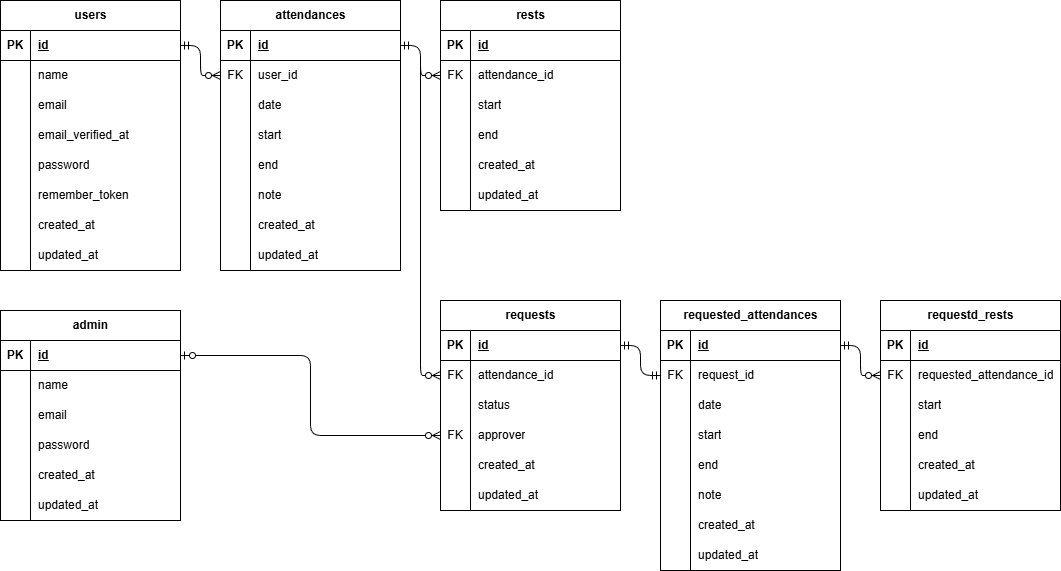
Earlier version of the draw.io export ER.drawio.png (kasahara-dev/kasahara-mogi2). Source tidied: cells renumbered, new cells last; positions are measured from the earlier drawing's top-left corner, leaving out a move shared by most shapes.
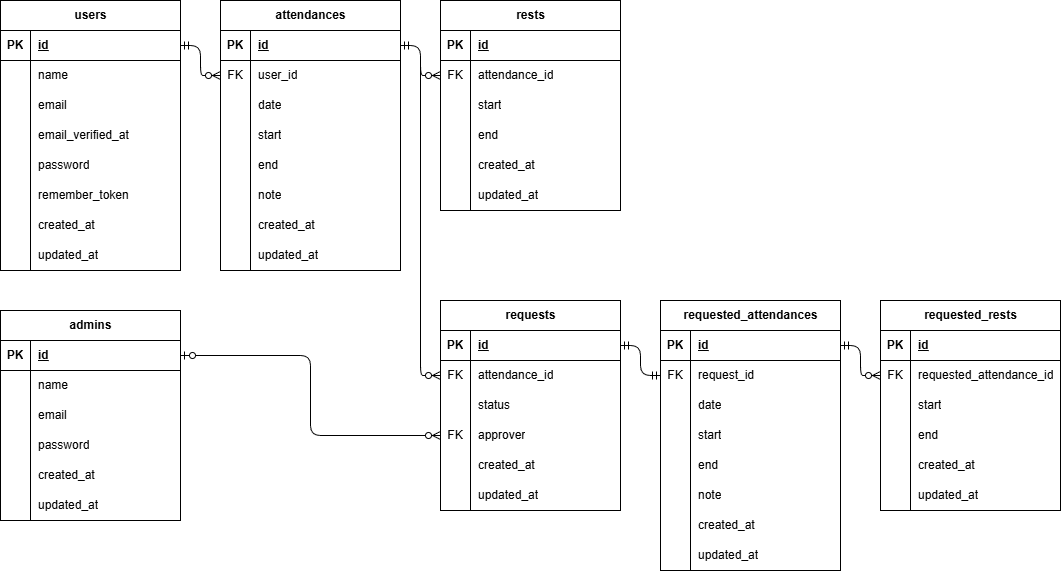
The same diagram one commit later.

Diff of the diagram source:
```diff
@@ -77,7 +77,7 @@
     <mxCell id="26" value="updated_at" style="shape=partialRectangle;fillColor=none;top=0;left=0;bottom=0;right=0;align=left;spacingLeft=6;overflow=hidden;whiteSpace=wrap;html=1;" parent="24" vertex="1">
       <mxGeometry x="30" width="150" height="30" as="geometry" />
     </mxCell>
-    <mxCell id="27" value="admin" style="shape=table;startSize=30;rowLines=0;fontStyle=1;align=center;html=1;" parent="1" vertex="1">
+    <mxCell id="27" value="admins" style="shape=table;startSize=30;rowLines=0;fontStyle=1;align=center;html=1;" parent="1" vertex="1">
       <mxGeometry y="310" width="180" height="210" as="geometry" />
     </mxCell>
     <mxCell id="28" style="shape=tableRow;horizontal=0;startSize=0;swimlaneHead=0;swimlaneBody=0;fillColor=none;points=[[0,0.5],[1,0.5]];portConstraint=eastwest;top=0;left=0;right=0;bottom=1;" parent="27" vertex="1">
@@ -347,7 +347,7 @@
     <mxCell id="116" value="updated_at" style="shape=partialRectangle;fillColor=none;top=0;left=0;bottom=0;right=0;align=left;spacingLeft=6;overflow=hidden;whiteSpace=wrap;html=1;" parent="114" vertex="1">
       <mxGeometry x="30" width="150" height="30" as="geometry" />
     </mxCell>
-    <mxCell id="117" value="requestd_rests" style="shape=table;startSize=30;rowLines=0;fontStyle=1;align=center;html=1;" parent="1" vertex="1">
+    <mxCell id="117" value="requested_rests" style="shape=table;startSize=30;rowLines=0;fontStyle=1;align=center;html=1;" parent="1" vertex="1">
       <mxGeometry x="880" y="300" width="180" height="210" as="geometry" />
     </mxCell>
     <mxCell id="118" style="shape=tableRow;horizontal=0;startSize=0;swimlaneHead=0;swimlaneBody=0;fillColor=none;top=0;left=0;right=0;bottom=1;" parent="117" vertex="1">
```
